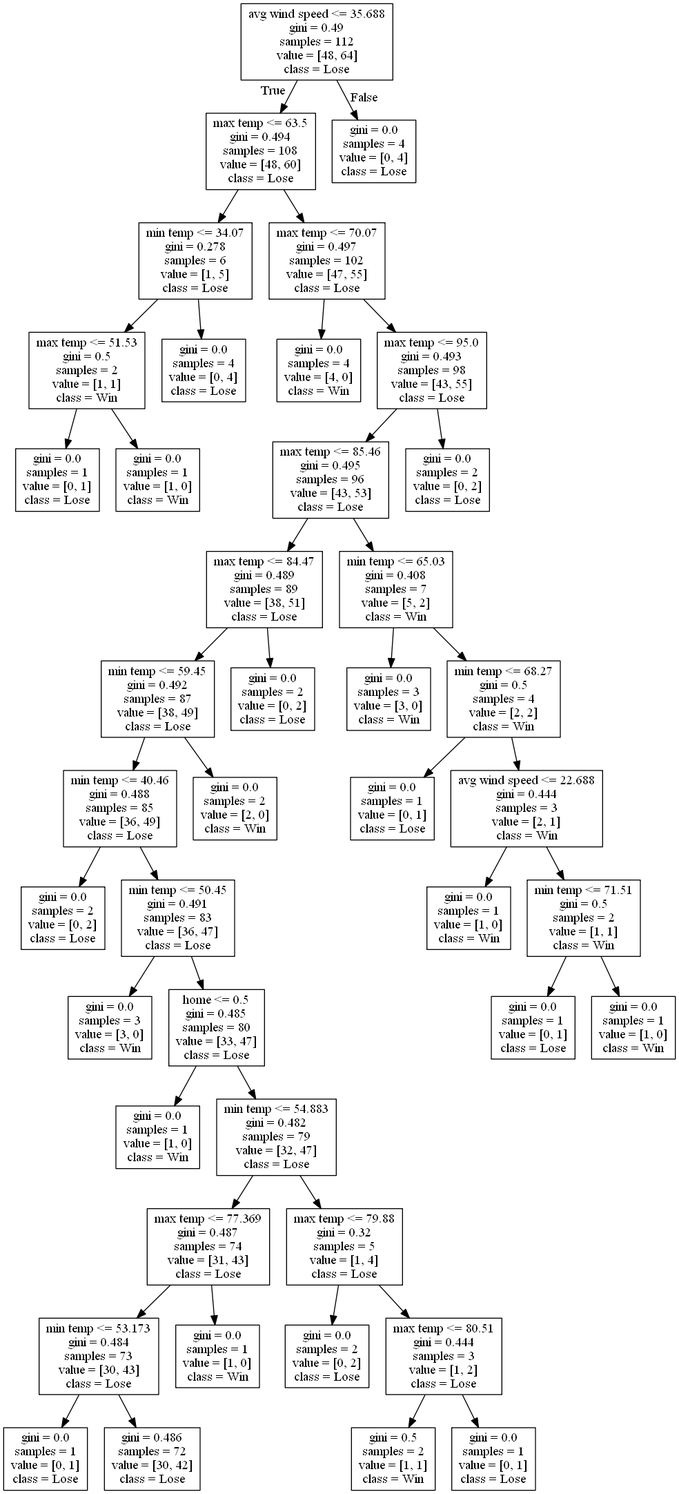
This is DecisionTrees/decision_tree_no_score_or_attendance_test_6011.png from alexana-steck/CSE482Project, a Graphviz export, as it was before one commit. Its source is kept beside it as DecisionTrees/decision_tree_no_score_or_attendance_test_6011.dot.
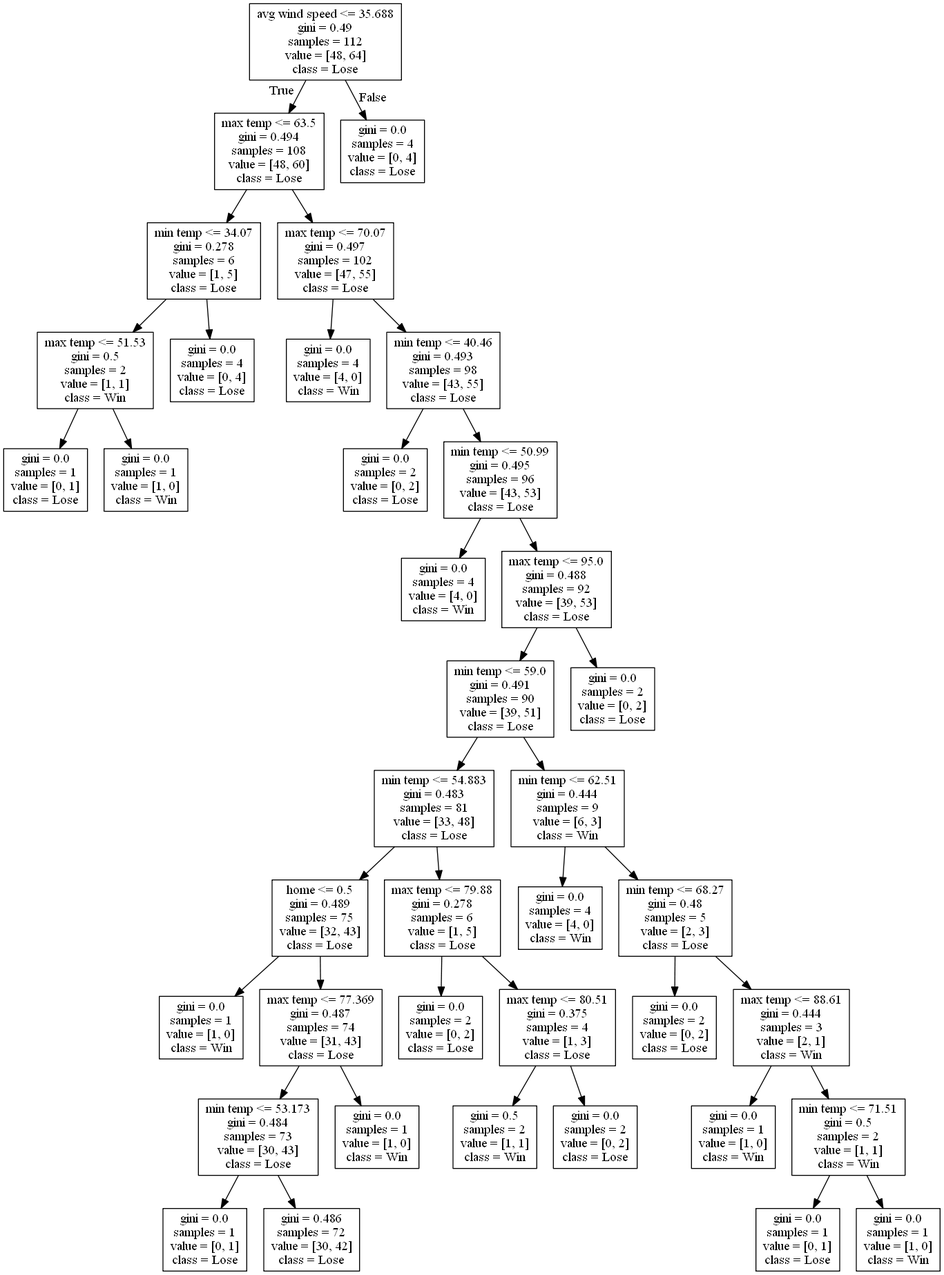
The same diagram one commit later.

The edit, as a diff of the source:
```diff
@@ -17,72 +17,64 @@
 1 -> 7 ;
 8 [label="gini = 0.0\nsamples = 4\nvalue = [4, 0]\nclass = Win"] ;
 7 -> 8 ;
-9 [label="max temp <= 95.0\ngini = 0.493\nsamples = 98\nvalue = [43, 55]\nclass = Lose"] ;
+9 [label="min temp <= 40.46\ngini = 0.493\nsamples = 98\nvalue = [43, 55]\nclass = Lose"] ;
 7 -> 9 ;
-10 [label="max temp <= 85.46\ngini = 0.495\nsamples = 96\nvalue = [43, 53]\nclass = Lose"] ;
+10 [label="gini = 0.0\nsamples = 2\nvalue = [0, 2]\nclass = Lose"] ;
 9 -> 10 ;
-11 [label="max temp <= 84.47\ngini = 0.489\nsamples = 89\nvalue = [38, 51]\nclass = Lose"] ;
-10 -> 11 ;
-12 [label="min temp <= 59.45\ngini = 0.492\nsamples = 87\nvalue = [38, 49]\nclass = Lose"] ;
+11 [label="min temp <= 50.99\ngini = 0.495\nsamples = 96\nvalue = [43, 53]\nclass = Lose"] ;
+9 -> 11 ;
+12 [label="gini = 0.0\nsamples = 4\nvalue = [4, 0]\nclass = Win"] ;
 11 -> 12 ;
-13 [label="min temp <= 40.46\ngini = 0.488\nsamples = 85\nvalue = [36, 49]\nclass = Lose"] ;
-12 -> 13 ;
-14 [label="gini = 0.0\nsamples = 2\nvalue = [0, 2]\nclass = Lose"] ;
+13 [label="max temp <= 95.0\ngini = 0.488\nsamples = 92\nvalue = [39, 53]\nclass = Lose"] ;
+11 -> 13 ;
+14 [label="min temp <= 59.0\ngini = 0.491\nsamples = 90\nvalue = [39, 51]\nclass = Lose"] ;
 13 -> 14 ;
-15 [label="min temp <= 50.45\ngini = 0.491\nsamples = 83\nvalue = [36, 47]\nclass = Lose"] ;
-13 -> 15 ;
-16 [label="gini = 0.0\nsamples = 3\nvalue = [3, 0]\nclass = Win"] ;
+15 [label="min temp <= 54.883\ngini = 0.483\nsamples = 81\nvalue = [33, 48]\nclass = Lose"] ;
+14 -> 15 ;
+16 [label="home <= 0.5\ngini = 0.489\nsamples = 75\nvalue = [32, 43]\nclass = Lose"] ;
 15 -> 16 ;
-17 [label="home <= 0.5\ngini = 0.485\nsamples = 80\nvalue = [33, 47]\nclass = Lose"] ;
-15 -> 17 ;
-18 [label="gini = 0.0\nsamples = 1\nvalue = [1, 0]\nclass = Win"] ;
-17 -> 18 ;
-19 [label="min temp <= 54.883\ngini = 0.482\nsamples = 79\nvalue = [32, 47]\nclass = Lose"] ;
-17 -> 19 ;
-20 [label="max temp <= 77.369\ngini = 0.487\nsamples = 74\nvalue = [31, 43]\nclass = Lose"] ;
+17 [label="gini = 0.0\nsamples = 1\nvalue = [1, 0]\nclass = Win"] ;
+16 -> 17 ;
+18 [label="max temp <= 77.369\ngini = 0.487\nsamples = 74\nvalue = [31, 43]\nclass = Lose"] ;
+16 -> 18 ;
+19 [label="min temp <= 53.173\ngini = 0.484\nsamples = 73\nvalue = [30, 43]\nclass = Lose"] ;
+18 -> 19 ;
+20 [label="gini = 0.0\nsamples = 1\nvalue = [0, 1]\nclass = Lose"] ;
 19 -> 20 ;
-21 [label="min temp <= 53.173\ngini = 0.484\nsamples = 73\nvalue = [30, 43]\nclass = Lose"] ;
-20 -> 21 ;
-22 [label="gini = 0.0\nsamples = 1\nvalue = [0, 1]\nclass = Lose"] ;
-21 -> 22 ;
-23 [label="gini = 0.486\nsamples = 72\nvalue = [30, 42]\nclass = Lose"] ;
-21 -> 23 ;
-24 [label="gini = 0.0\nsamples = 1\nvalue = [1, 0]\nclass = Win"] ;
-20 -> 24 ;
-25 [label="max temp <= 79.88\ngini = 0.32\nsamples = 5\nvalue = [1, 4]\nclass = Lose"] ;
-19 -> 25 ;
-26 [label="gini = 0.0\nsamples = 2\nvalue = [0, 2]\nclass = Lose"] ;
+21 [label="gini = 0.486\nsamples = 72\nvalue = [30, 42]\nclass = Lose"] ;
+19 -> 21 ;
+22 [label="gini = 0.0\nsamples = 1\nvalue = [1, 0]\nclass = Win"] ;
+18 -> 22 ;
+23 [label="max temp <= 79.88\ngini = 0.278\nsamples = 6\nvalue = [1, 5]\nclass = Lose"] ;
+15 -> 23 ;
+24 [label="gini = 0.0\nsamples = 2\nvalue = [0, 2]\nclass = Lose"] ;
+23 -> 24 ;
+25 [label="max temp <= 80.51\ngini = 0.375\nsamples = 4\nvalue = [1, 3]\nclass = Lose"] ;
+23 -> 25 ;
+26 [label="gini = 0.5\nsamples = 2\nvalue = [1, 1]\nclass = Win"] ;
 25 -> 26 ;
-27 [label="max temp <= 80.51\ngini = 0.444\nsamples = 3\nvalue = [1, 2]\nclass = Lose"] ;
+27 [label="gini = 0.0\nsamples = 2\nvalue = [0, 2]\nclass = Lose"] ;
 25 -> 27 ;
-28 [label="gini = 0.5\nsamples = 2\nvalue = [1, 1]\nclass = Win"] ;
-27 -> 28 ;
-29 [label="gini = 0.0\nsamples = 1\nvalue = [0, 1]\nclass = Lose"] ;
-27 -> 29 ;
-30 [label="gini = 0.0\nsamples = 2\nvalue = [2, 0]\nclass = Win"] ;
-12 -> 30 ;
+28 [label="min temp <= 62.51\ngini = 0.444\nsamples = 9\nvalue = [6, 3]\nclass = Win"] ;
+14 -> 28 ;
+29 [label="gini = 0.0\nsamples = 4\nvalue = [4, 0]\nclass = Win"] ;
+28 -> 29 ;
+30 [label="min temp <= 68.27\ngini = 0.48\nsamples = 5\nvalue = [2, 3]\nclass = Lose"] ;
+28 -> 30 ;
 31 [label="gini = 0.0\nsamples = 2\nvalue = [0, 2]\nclass = Lose"] ;
-11 -> 31 ;
-32 [label="min temp <= 65.03\ngini = 0.408\nsamples = 7\nvalue = [5, 2]\nclass = Win"] ;
-10 -> 32 ;
-33 [label="gini = 0.0\nsamples = 3\nvalue = [3, 0]\nclass = Win"] ;
+30 -> 31 ;
+32 [label="max temp <= 88.61\ngini = 0.444\nsamples = 3\nvalue = [2, 1]\nclass = Win"] ;
+30 -> 32 ;
+33 [label="gini = 0.0\nsamples = 1\nvalue = [1, 0]\nclass = Win"] ;
 32 -> 33 ;
-34 [label="min temp <= 68.27\ngini = 0.5\nsamples = 4\nvalue = [2, 2]\nclass = Win"] ;
+34 [label="min temp <= 71.51\ngini = 0.5\nsamples = 2\nvalue = [1, 1]\nclass = Win"] ;
 32 -> 34 ;
 35 [label="gini = 0.0\nsamples = 1\nvalue = [0, 1]\nclass = Lose"] ;
 34 -> 35 ;
-36 [label="avg wind speed <= 22.688\ngini = 0.444\nsamples = 3\nvalue = [2, 1]\nclass = Win"] ;
+36 [label="gini = 0.0\nsamples = 1\nvalue = [1, 0]\nclass = Win"] ;
 34 -> 36 ;
-37 [label="gini = 0.0\nsamples = 1\nvalue = [1, 0]\nclass = Win"] ;
-36 -> 37 ;
-38 [label="min temp <= 71.51\ngini = 0.5\nsamples = 2\nvalue = [1, 1]\nclass = Win"] ;
-36 -> 38 ;
-39 [label="gini = 0.0\nsamples = 1\nvalue = [0, 1]\nclass = Lose"] ;
-38 -> 39 ;
-40 [label="gini = 0.0\nsamples = 1\nvalue = [1, 0]\nclass = Win"] ;
-38 -> 40 ;
-41 [label="gini = 0.0\nsamples = 2\nvalue = [0, 2]\nclass = Lose"] ;
-9 -> 41 ;
-42 [label="gini = 0.0\nsamples = 4\nvalue = [0, 4]\nclass = Lose"] ;
-0 -> 42 [labeldistance=2.5, labelangle=-45, headlabel="False"] ;
+37 [label="gini = 0.0\nsamples = 2\nvalue = [0, 2]\nclass = Lose"] ;
+13 -> 37 ;
+38 [label="gini = 0.0\nsamples = 4\nvalue = [0, 4]\nclass = Lose"] ;
+0 -> 38 [labeldistance=2.5, labelangle=-45, headlabel="False"] ;
 }
```
